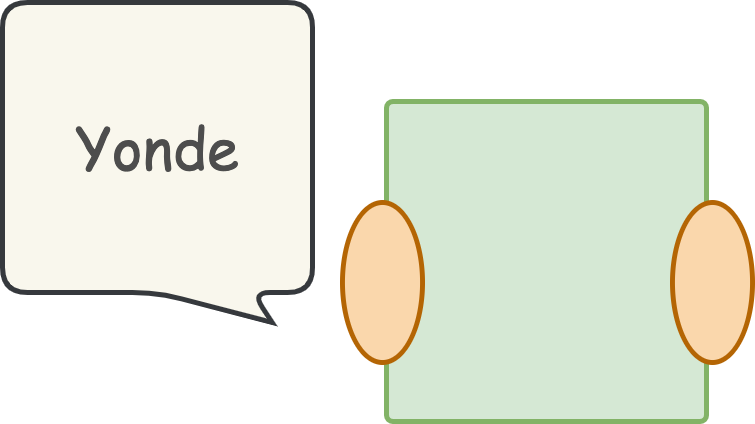
Above: src/images/package_design_top.png in ryamate/Yonde (draw.io), before the change. Source tidied: cells renumbered, new cells last; positions are measured from the earlier drawing's top-left corner, leaving out a move shared by most shapes. Source of this version:
```xml
<mxGraphModel>
  <root>
    <mxCell id="0" />
    <mxCell id="1" parent="0" />
    <mxCell id="2" style="whiteSpace=wrap;html=1;fillColor=#d5e8d4;strokeColor=#82b366;rounded=1;arcSize=2;strokeWidth=5;" parent="1" vertex="1">
      <mxGeometry x="384" y="99" width="320" height="320" as="geometry" />
    </mxCell>
    <mxCell id="3" style="ellipse;whiteSpace=wrap;html=1;rotation=90;fillColor=#fad7ac;strokeColor=#b46504;strokeWidth=5;" parent="1" vertex="1">
      <mxGeometry x="300" y="240" width="160" height="80" as="geometry" />
    </mxCell>
    <mxCell id="4" style="ellipse;whiteSpace=wrap;html=1;rotation=90;fillColor=#fad7ac;strokeColor=#b46504;strokeWidth=5;" parent="1" vertex="1">
      <mxGeometry x="630" y="240" width="160" height="80" as="geometry" />
    </mxCell>
    <mxCell id="5" value="&lt;span style=&quot;font-family: &amp;quot;comic sans ms&amp;quot;;&quot;&gt;Yonde&lt;/span&gt;" style="shape=callout;whiteSpace=wrap;html=1;perimeter=calloutPerimeter;rounded=1;strokeWidth=5;fontSize=58;position2=0.87;base=95;labelBackgroundColor=none;fillColor=#f9f7ed;strokeColor=#36393d;rotation=0;arcSize=50;fontColor=#4D4D4D;" parent="1" vertex="1">
      <mxGeometry width="310" height="320" as="geometry" />
    </mxCell>
  </root>
</mxGraphModel>
```
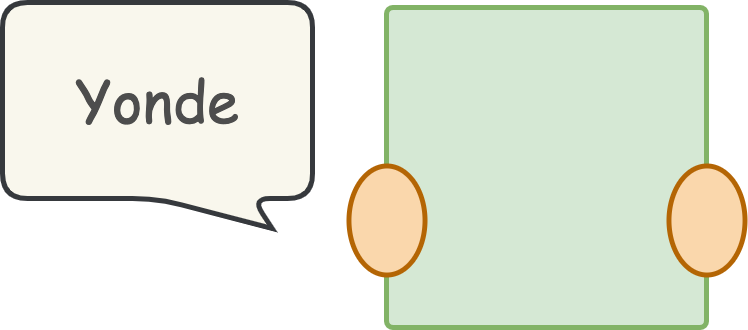
After the change.

Change to the diagram source:
```diff
@@ -5,14 +5,14 @@
     <mxCell id="2" style="whiteSpace=wrap;html=1;fillColor=#d5e8d4;strokeColor=#82b366;rounded=1;arcSize=2;strokeWidth=5;" parent="1" vertex="1">
       <mxGeometry x="384" y="99" width="320" height="320" as="geometry" />
     </mxCell>
-    <mxCell id="3" style="ellipse;whiteSpace=wrap;html=1;rotation=90;fillColor=#fad7ac;strokeColor=#b46504;strokeWidth=5;" parent="1" vertex="1">
-      <mxGeometry x="300" y="240" width="160" height="80" as="geometry" />
-    </mxCell>
-    <mxCell id="4" style="ellipse;whiteSpace=wrap;html=1;rotation=90;fillColor=#fad7ac;strokeColor=#b46504;strokeWidth=5;" parent="1" vertex="1">
-      <mxGeometry x="630" y="240" width="160" height="80" as="geometry" />
-    </mxCell>
     <mxCell id="5" value="&lt;span style=&quot;font-family: &amp;quot;comic sans ms&amp;quot;;&quot;&gt;Yonde&lt;/span&gt;" style="shape=callout;whiteSpace=wrap;html=1;perimeter=calloutPerimeter;rounded=1;strokeWidth=5;fontSize=58;position2=0.87;base=95;labelBackgroundColor=none;fillColor=#f9f7ed;strokeColor=#36393d;rotation=0;arcSize=50;fontColor=#4D4D4D;" parent="1" vertex="1">
-      <mxGeometry width="310" height="320" as="geometry" />
+      <mxGeometry y="94" width="310" height="226" as="geometry" />
     </mxCell>
+    <mxCell id="6" style="ellipse;whiteSpace=wrap;html=1;rotation=90;fillColor=#fad7ac;strokeColor=#b46504;strokeWidth=5;" parent="1" vertex="1">
+      <mxGeometry x="330" y="274" width="109" height="76" as="geometry" />
+    </mxCell>
+    <mxCell id="7" style="ellipse;whiteSpace=wrap;html=1;rotation=90;fillColor=#fad7ac;strokeColor=#b46504;strokeWidth=5;" parent="1" vertex="1">
+      <mxGeometry x="650" y="274" width="109" height="76" as="geometry" />
+    </mxCell>
   </root>
 </mxGraphModel>
```
